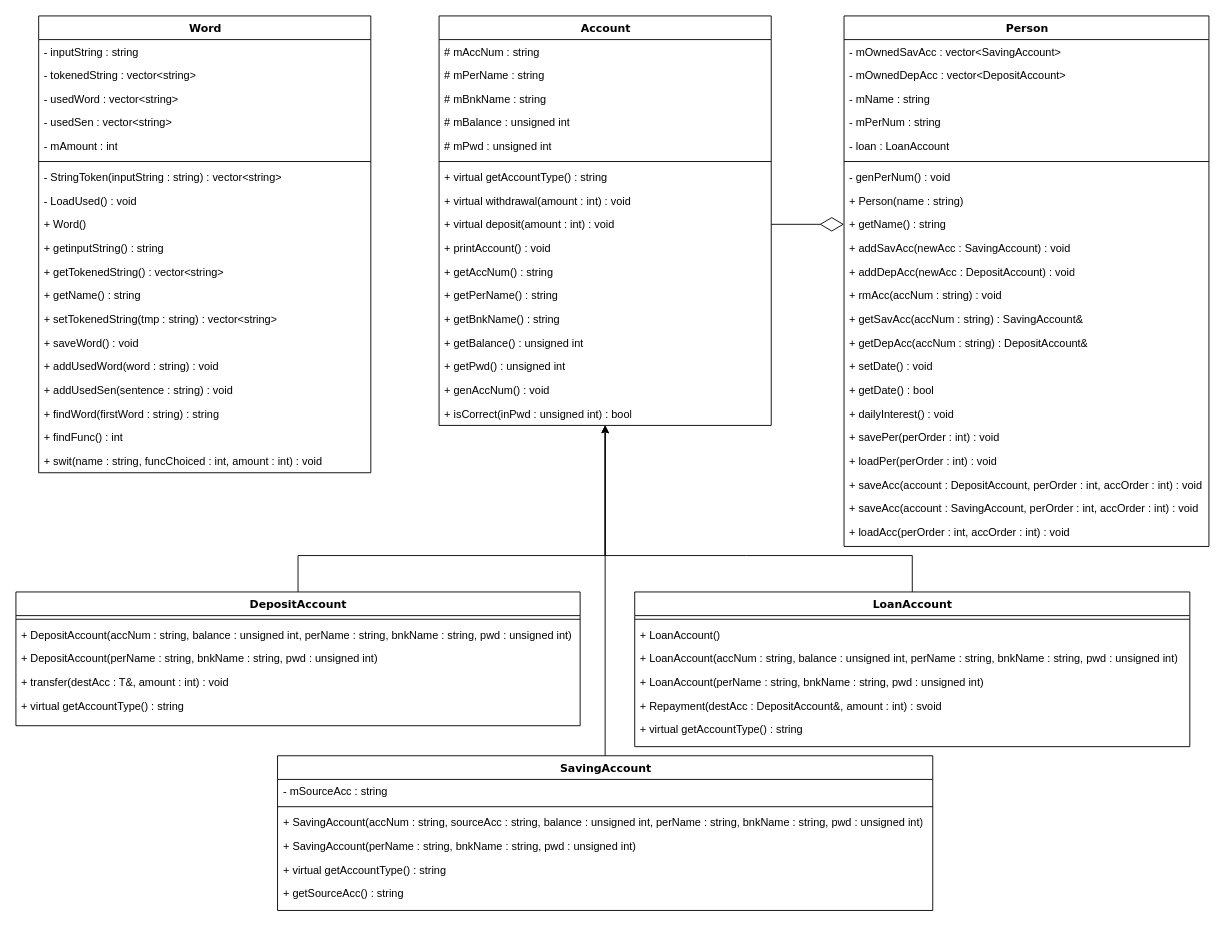
This is cppTermProj.drawio from 2021OppTeam10/account_management, a draw.io file, before an edit. Source tidied: cells renumbered, new cells numbered last; positions are measured from the earlier drawing's top-left corner, leaving out a move shared by most shapes. Both pictures are drawn from the tidied source at 91%, with x=0, y=0 at pixel (15, 15).
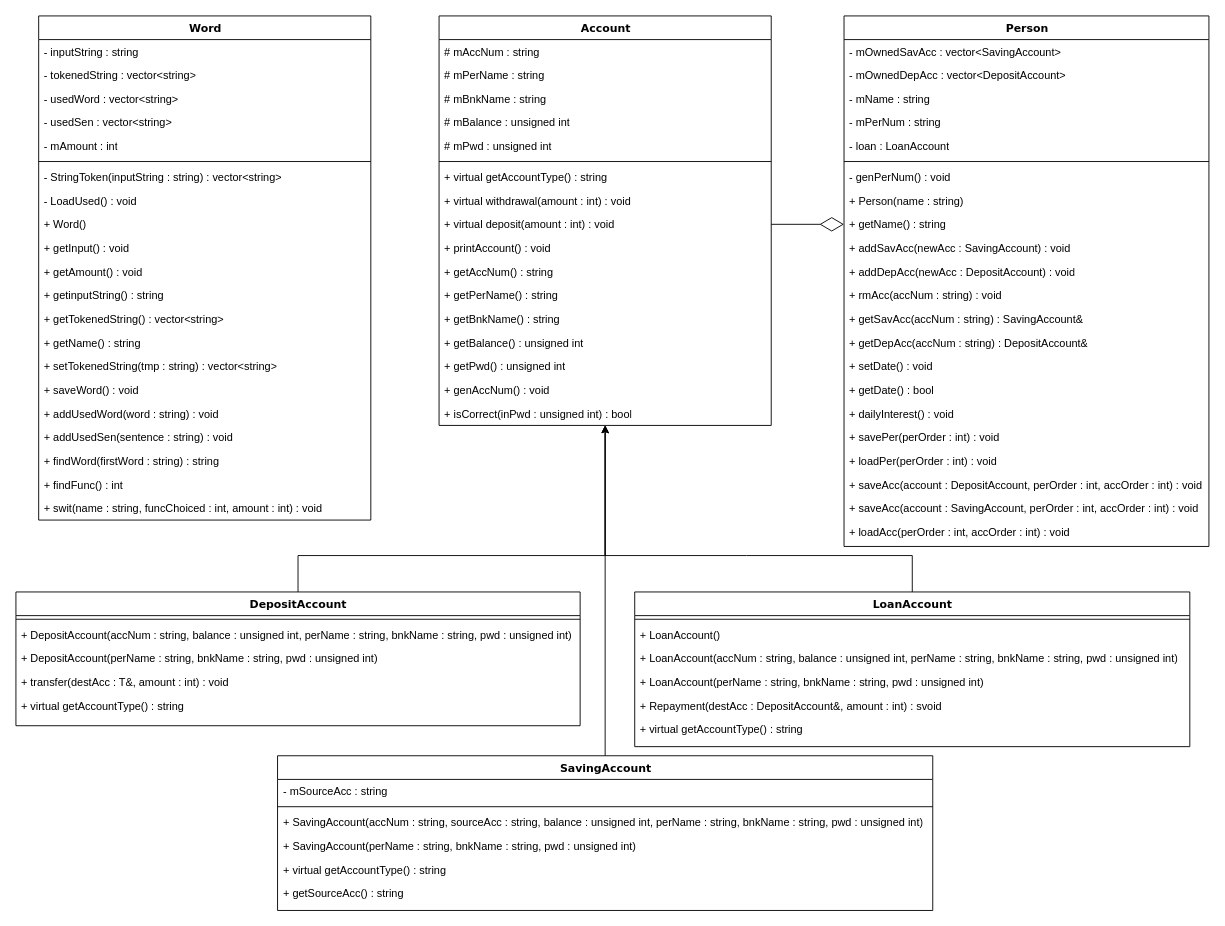
After the change.

Diff of the diagram source:
```diff
@@
     <mxCell id="66" value="Word" style="swimlane;html=1;fontStyle=1;align=center;verticalAlign=top;horizontal=1;startSize=26;swimlaneFillColor=#ffffff;rounded=0;shadow=0;comic=0;labelBackgroundColor=none;strokeWidth=1;fillColor=none;fontFamily=Verdana;fontSize=12;" parent="1" vertex="1">
-      <mxGeometry x="25" width="365" height="502" as="geometry" />
+      <mxGeometry x="25" width="365" height="554" as="geometry" />
     </mxCell>
@@
+    <mxCell id="87" value="+ getInput() : void" style="text;html=1;strokeColor=none;fillColor=none;align=left;verticalAlign=top;spacingLeft=4;spacingRight=4;whiteSpace=wrap;overflow=hidden;" parent="66" vertex="1">
+      <mxGeometry y="242" width="365" height="26" as="geometry" />
+    </mxCell>
+    <mxCell id="88" value="+ getAmount() : void" style="text;html=1;strokeColor=none;fillColor=none;align=left;verticalAlign=top;spacingLeft=4;spacingRight=4;whiteSpace=wrap;overflow=hidden;" parent="66" vertex="1">
+      <mxGeometry y="268" width="365" height="26" as="geometry" />
+    </mxCell>
     <mxCell id="76" value="+ getinputString() : string" style="text;html=1;strokeColor=none;fillColor=none;align=left;verticalAlign=top;spacingLeft=4;spacingRight=4;whiteSpace=wrap;overflow=hidden;" parent="66" vertex="1">
-      <mxGeometry y="242" width="365" height="26" as="geometry" />
+      <mxGeometry y="294" width="365" height="26" as="geometry" />
     </mxCell>
     <mxCell id="77" value="+ getTokenedString() : vector&amp;lt;string&amp;gt;" style="text;html=1;strokeColor=none;fillColor=none;align=left;verticalAlign=top;spacingLeft=4;spacingRight=4;whiteSpace=wrap;overflow=hidden;" parent="66" vertex="1">
-      <mxGeometry y="268" width="365" height="26" as="geometry" />
+      <mxGeometry y="320" width="365" height="26" as="geometry" />
     </mxCell>
     <mxCell id="78" value="+ getName() : string" style="text;html=1;strokeColor=none;fillColor=none;align=left;verticalAlign=top;spacingLeft=4;spacingRight=4;whiteSpace=wrap;overflow=hidden;" parent="66" vertex="1">
-      <mxGeometry y="294" width="365" height="26" as="geometry" />
+      <mxGeometry y="346" width="365" height="26" as="geometry" />
     </mxCell>
     <mxCell id="79" value="+ setTokenedString(tmp : string) : vector&amp;lt;string&amp;gt;" style="text;html=1;strokeColor=none;fillColor=none;align=left;verticalAlign=top;spacingLeft=4;spacingRight=4;whiteSpace=wrap;overflow=hidden;" parent="66" vertex="1">
-      <mxGeometry y="320" width="365" height="26" as="geometry" />
+      <mxGeometry y="372" width="365" height="26" as="geometry" />
     </mxCell>
     <mxCell id="80" value="+ saveWord() : void" style="text;html=1;strokeColor=none;fillColor=none;align=left;verticalAlign=top;spacingLeft=4;spacingRight=4;whiteSpace=wrap;overflow=hidden;" parent="66" vertex="1">
-      <mxGeometry y="346" width="365" height="26" as="geometry" />
+      <mxGeometry y="398" width="365" height="26" as="geometry" />
     </mxCell>
     <mxCell id="81" value="+ addUsedWord(word : string) : void" style="text;html=1;strokeColor=none;fillColor=none;align=left;verticalAlign=top;spacingLeft=4;spacingRight=4;whiteSpace=wrap;overflow=hidden;" parent="66" vertex="1">
-      <mxGeometry y="372" width="365" height="26" as="geometry" />
+      <mxGeometry y="424" width="365" height="26" as="geometry" />
     </mxCell>
     <mxCell id="82" value="+ addUsedSen(sentence : string) : void" style="text;html=1;strokeColor=none;fillColor=none;align=left;verticalAlign=top;spacingLeft=4;spacingRight=4;whiteSpace=wrap;overflow=hidden;" parent="66" vertex="1">
-      <mxGeometry y="398" width="365" height="26" as="geometry" />
+      <mxGeometry y="450" width="365" height="26" as="geometry" />
     </mxCell>
     <mxCell id="83" value="+ findWord(firstWord : string) : string" style="text;html=1;strokeColor=none;fillColor=none;align=left;verticalAlign=top;spacingLeft=4;spacingRight=4;whiteSpace=wrap;overflow=hidden;" parent="66" vertex="1">
-      <mxGeometry y="424" width="365" height="26" as="geometry" />
+      <mxGeometry y="476" width="365" height="26" as="geometry" />
     </mxCell>
     <mxCell id="84" value="+ findFunc() : int" style="text;html=1;strokeColor=none;fillColor=none;align=left;verticalAlign=top;spacingLeft=4;spacingRight=4;whiteSpace=wrap;overflow=hidden;" parent="66" vertex="1">
-      <mxGeometry y="450" width="365" height="26" as="geometry" />
+      <mxGeometry y="502" width="365" height="26" as="geometry" />
     </mxCell>
     <mxCell id="85" value="+ swit(name : string, funcChoiced : int, amount : int) : void" style="text;html=1;strokeColor=none;fillColor=none;align=left;verticalAlign=top;spacingLeft=4;spacingRight=4;whiteSpace=wrap;overflow=hidden;" parent="66" vertex="1">
-      <mxGeometry y="476" width="365" height="26" as="geometry" />
+      <mxGeometry y="528" width="365" height="26" as="geometry" />
     </mxCell>
```
